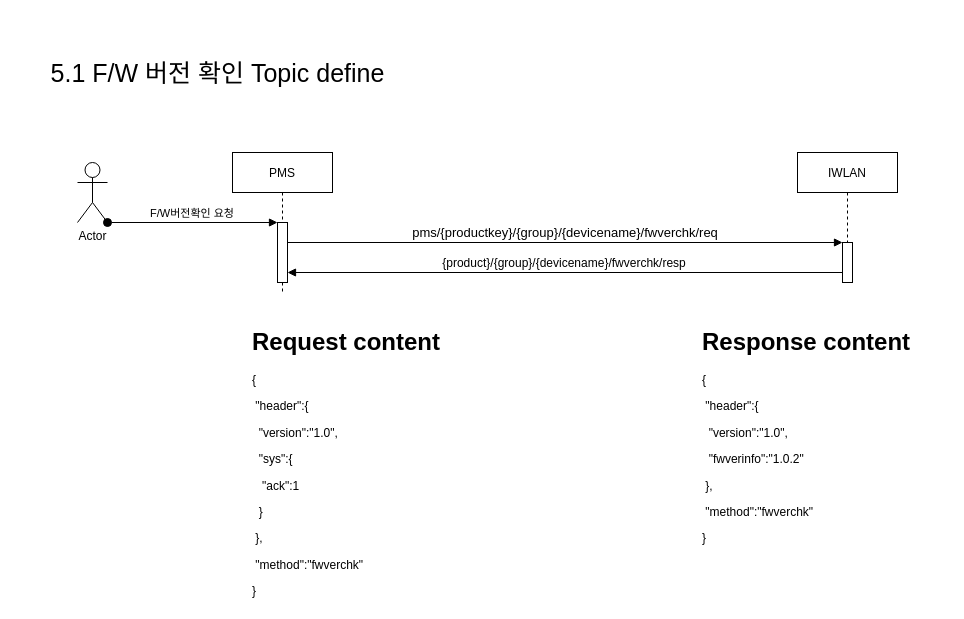
This is s-project-ota.drawio from carnavi-jskim/draw.io, a draw.io file, before an edit. Source tidied: cells renumbered, new cells numbered last; positions are measured from the earlier drawing's top-left corner, leaving out a move shared by most shapes. Both pictures are drawn from the tidied source at 100%, with x=0, y=0 at pixel (37, 62).
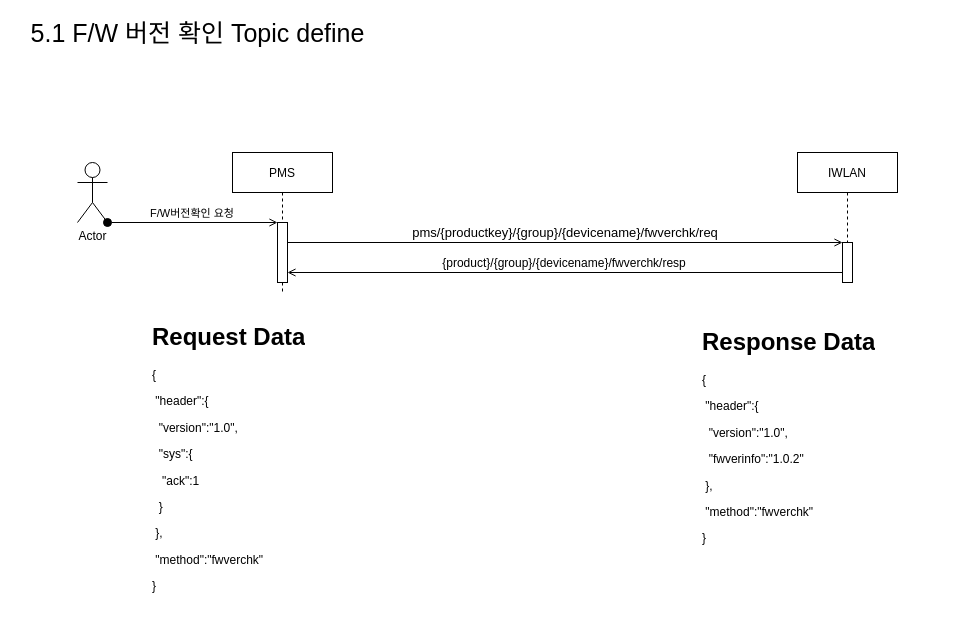
Above is the later version.

Commit message:
비동기 메시지로 변경

What changed in the source:
```diff
@@
 <mxGraphModel>
   <root>
     <mxCell id="0" />
     <mxCell id="1" parent="0" />
     <mxCell id="2" value="PMS" style="shape=umlLifeline;perimeter=lifelinePerimeter;rounded=0;shadow=0;strokeWidth=1;" parent="1" vertex="1">
       <mxGeometry x="195" y="90" width="100" height="140" as="geometry" />
     </mxCell>
     <mxCell id="3" style="points=[];perimeter=orthogonalPerimeter;rounded=0;shadow=0;strokeWidth=1;" parent="2" vertex="1">
       <mxGeometry x="45" y="70" width="10" height="60" as="geometry" />
     </mxCell>
-    <mxCell id="4" value="pms/{productkey}/{group}/{devicename}/fwverchk/req" style="verticalAlign=bottom;endArrow=block;entryX=0;entryY=0;shadow=0;strokeWidth=1;fontSize=13;fontStyle=0;" parent="1" edge="1">
+    <mxCell id="4" value="pms/{productkey}/{group}/{devicename}/fwverchk/req" style="verticalAlign=bottom;endArrow=open;entryX=0;entryY=0;shadow=0;strokeWidth=1;fontSize=13;fontStyle=0;endFill=0;" parent="1" edge="1">
       <mxGeometry relative="1" as="geometry">
         <mxPoint x="250" y="180" as="sourcePoint" />
         <mxPoint x="805" y="180" as="targetPoint" />
       </mxGeometry>
     </mxCell>
-    <mxCell id="5" value="{product}/{group}/{devicename}/fwverchk/resp" style="verticalAlign=bottom;endArrow=block;entryX=1;entryY=0;shadow=0;strokeWidth=1;fontSize=12;" parent="1" edge="1" source="10">
+    <mxCell id="5" value="{product}/{group}/{devicename}/fwverchk/resp" style="verticalAlign=bottom;endArrow=open;entryX=1;entryY=0;shadow=0;strokeWidth=1;fontSize=12;endFill=0;" parent="1" edge="1" source="10">
       <mxGeometry relative="1" as="geometry">
         <mxPoint x="250" y="210" as="targetPoint" />
       </mxGeometry>
     </mxCell>
     <mxCell id="6" value="Actor" style="shape=umlActor;verticalLabelPosition=bottom;verticalAlign=top;html=1;outlineConnect=0;" parent="1" vertex="1">
       <mxGeometry x="40" y="100" width="30" height="60" as="geometry" />
     </mxCell>
-    <mxCell id="7" value="F/W버전확인 요청" style="verticalAlign=bottom;startArrow=oval;endArrow=block;startSize=8;shadow=0;strokeWidth=1;exitX=1;exitY=1;exitDx=0;exitDy=0;exitPerimeter=0;" parent="1" edge="1" source="6" target="3">
+    <mxCell id="7" value="F/W버전확인 요청" style="verticalAlign=bottom;startArrow=oval;endArrow=open;startSize=8;shadow=0;strokeWidth=1;exitX=1;exitY=1;exitDx=0;exitDy=0;exitPerimeter=0;endFill=0;" parent="1" edge="1" source="6" target="3">
       <mxGeometry relative="1" as="geometry" />
     </mxCell>
     <mxCell id="8" value="&lt;font style=&quot;font-size: 25px&quot;&gt;5.1 F/W 버전 확인 Topic define&lt;/font&gt;" style="text;html=1;align=center;verticalAlign=middle;strokeColor=none;" parent="1" vertex="1">
-      <mxGeometry width="360" height="20" as="geometry" />
+      <mxGeometry x="-20" y="-40" width="360" height="20" as="geometry" />
     </mxCell>
     <mxCell id="9" value="IWLAN" style="shape=umlLifeline;perimeter=lifelinePerimeter;rounded=0;shadow=0;strokeWidth=1;" parent="1" vertex="1">
       <mxGeometry x="760" y="90" width="100" height="130" as="geometry" />
     </mxCell>
     <mxCell id="10" style="points=[];perimeter=orthogonalPerimeter;rounded=0;shadow=0;strokeWidth=1;" parent="9" vertex="1">
       <mxGeometry x="45" y="90" width="10" height="40" as="geometry" />
     </mxCell>
-    <mxCell id="11" value="&lt;h1&gt;Request content&lt;/h1&gt;&lt;p&gt;{&lt;/p&gt;&lt;p&gt;&lt;span style=&quot;white-space: pre&quot;&gt; &lt;/span&gt;&quot;header&quot;:{&lt;br&gt;&lt;/p&gt;&lt;p&gt;&lt;span style=&quot;white-space: pre&quot;&gt; &lt;/span&gt;&lt;span style=&quot;white-space: pre&quot;&gt; &lt;/span&gt;&quot;version&quot;:&quot;1.0&quot;,&lt;br&gt;&lt;/p&gt;&lt;p&gt;&lt;span style=&quot;white-space: pre&quot;&gt; &lt;/span&gt;&lt;span style=&quot;white-space: pre&quot;&gt; &lt;/span&gt;&quot;sys&quot;:{&lt;br&gt;&lt;/p&gt;&lt;p&gt;&lt;span style=&quot;white-space: pre&quot;&gt; &lt;/span&gt;&lt;span style=&quot;white-space: pre&quot;&gt; &lt;/span&gt;&lt;span style=&quot;white-space: pre&quot;&gt; &lt;/span&gt;&quot;ack&quot;:1&lt;br&gt;&lt;/p&gt;&lt;p&gt;&lt;span style=&quot;white-space: pre&quot;&gt; &lt;/span&gt;&lt;span style=&quot;white-space: pre&quot;&gt; &lt;/span&gt;}&lt;br&gt;&lt;/p&gt;&lt;p&gt;&lt;span style=&quot;white-space: pre&quot;&gt; &lt;/span&gt;},&lt;br&gt;&lt;/p&gt;&lt;p&gt;&lt;span style=&quot;white-space: pre&quot;&gt; &lt;/span&gt;&quot;method&quot;:&quot;fwverchk&quot;&lt;br&gt;&lt;/p&gt;&lt;p&gt;}&lt;/p&gt;" style="text;html=1;strokeColor=none;fillColor=none;spacing=5;spacingTop=-20;whiteSpace=wrap;overflow=hidden;rounded=0;fontSize=12;" parent="1" vertex="1">
-      <mxGeometry x="210" y="260" width="240" height="280" as="geometry" />
+    <mxCell id="11" value="&lt;h1&gt;Request Data&lt;/h1&gt;&lt;p&gt;{&lt;/p&gt;&lt;p&gt;&lt;span style=&quot;white-space: pre&quot;&gt; &lt;/span&gt;&quot;header&quot;:{&lt;br&gt;&lt;/p&gt;&lt;p&gt;&lt;span style=&quot;white-space: pre&quot;&gt; &lt;/span&gt;&lt;span style=&quot;white-space: pre&quot;&gt; &lt;/span&gt;&quot;version&quot;:&quot;1.0&quot;,&lt;br&gt;&lt;/p&gt;&lt;p&gt;&lt;span style=&quot;white-space: pre&quot;&gt; &lt;/span&gt;&lt;span style=&quot;white-space: pre&quot;&gt; &lt;/span&gt;&quot;sys&quot;:{&lt;br&gt;&lt;/p&gt;&lt;p&gt;&lt;span style=&quot;white-space: pre&quot;&gt; &lt;/span&gt;&lt;span style=&quot;white-space: pre&quot;&gt; &lt;/span&gt;&lt;span style=&quot;white-space: pre&quot;&gt; &lt;/span&gt;&quot;ack&quot;:1&lt;br&gt;&lt;/p&gt;&lt;p&gt;&lt;span style=&quot;white-space: pre&quot;&gt; &lt;/span&gt;&lt;span style=&quot;white-space: pre&quot;&gt; &lt;/span&gt;}&lt;br&gt;&lt;/p&gt;&lt;p&gt;&lt;span style=&quot;white-space: pre&quot;&gt; &lt;/span&gt;},&lt;br&gt;&lt;/p&gt;&lt;p&gt;&lt;span style=&quot;white-space: pre&quot;&gt; &lt;/span&gt;&quot;method&quot;:&quot;fwverchk&quot;&lt;br&gt;&lt;/p&gt;&lt;p&gt;}&lt;/p&gt;" style="text;html=1;strokeColor=none;fillColor=none;spacing=5;spacingTop=-20;whiteSpace=wrap;overflow=hidden;rounded=0;fontSize=12;" parent="1" vertex="1">
+      <mxGeometry x="110" y="255" width="240" height="280" as="geometry" />
     </mxCell>
-    <mxCell id="12" value="&lt;h1&gt;Response content&lt;/h1&gt;&lt;p&gt;{&lt;/p&gt;&lt;p&gt;&lt;span style=&quot;white-space: pre&quot;&gt; &lt;/span&gt;&quot;header&quot;:{&lt;br&gt;&lt;/p&gt;&lt;p&gt;&lt;span style=&quot;white-space: pre&quot;&gt; &lt;/span&gt;&lt;span style=&quot;white-space: pre&quot;&gt; &lt;/span&gt;&quot;version&quot;:&quot;1.0&quot;,&lt;br&gt;&lt;/p&gt;&lt;p&gt;&lt;span style=&quot;white-space: pre&quot;&gt; &lt;/span&gt;&lt;span style=&quot;white-space: pre&quot;&gt; &lt;/span&gt;&quot;fwverinfo&quot;:&quot;1.0.2&quot;&lt;/p&gt;&lt;p&gt;&lt;span style=&quot;white-space: pre&quot;&gt; &lt;/span&gt;},&lt;br&gt;&lt;/p&gt;&lt;p&gt;&lt;span style=&quot;white-space: pre&quot;&gt; &lt;/span&gt;&quot;method&quot;:&quot;fwverchk&quot;&lt;br&gt;&lt;/p&gt;&lt;p&gt;}&lt;/p&gt;" style="text;html=1;strokeColor=none;fillColor=none;spacing=5;spacingTop=-20;whiteSpace=wrap;overflow=hidden;rounded=0;fontSize=12;" parent="1" vertex="1">
+    <mxCell id="12" value="&lt;h1&gt;Response Data&lt;/h1&gt;&lt;p&gt;{&lt;/p&gt;&lt;p&gt;&lt;span style=&quot;white-space: pre&quot;&gt; &lt;/span&gt;&quot;header&quot;:{&lt;br&gt;&lt;/p&gt;&lt;p&gt;&lt;span style=&quot;white-space: pre&quot;&gt; &lt;/span&gt;&lt;span style=&quot;white-space: pre&quot;&gt; &lt;/span&gt;&quot;version&quot;:&quot;1.0&quot;,&lt;br&gt;&lt;/p&gt;&lt;p&gt;&lt;span style=&quot;white-space: pre&quot;&gt; &lt;/span&gt;&lt;span style=&quot;white-space: pre&quot;&gt; &lt;/span&gt;&quot;fwverinfo&quot;:&quot;1.0.2&quot;&lt;/p&gt;&lt;p&gt;&lt;span style=&quot;white-space: pre&quot;&gt; &lt;/span&gt;},&lt;br&gt;&lt;/p&gt;&lt;p&gt;&lt;span style=&quot;white-space: pre&quot;&gt; &lt;/span&gt;&quot;method&quot;:&quot;fwverchk&quot;&lt;br&gt;&lt;/p&gt;&lt;p&gt;}&lt;/p&gt;" style="text;html=1;strokeColor=none;fillColor=none;spacing=5;spacingTop=-20;whiteSpace=wrap;overflow=hidden;rounded=0;fontSize=12;" parent="1" vertex="1">
       <mxGeometry x="660" y="260" width="250" height="280" as="geometry" />
     </mxCell>
   </root>
 </mxGraphModel>
```
